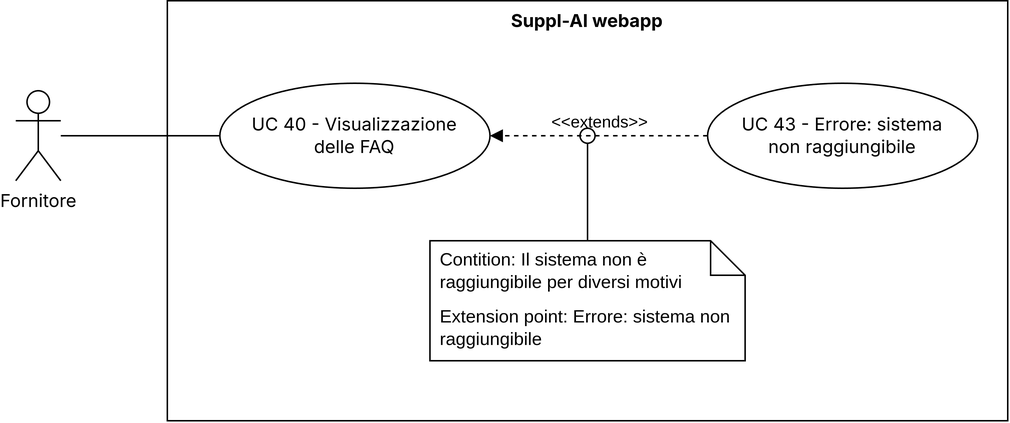
Earlier version of the draw.io export 3 - PB/imgs/uc40.png (CodeHex16/documentazione). Source tidied: cells renumbered, new cells last; positions are measured from the earlier drawing's top-left corner, leaving out a move shared by most shapes.
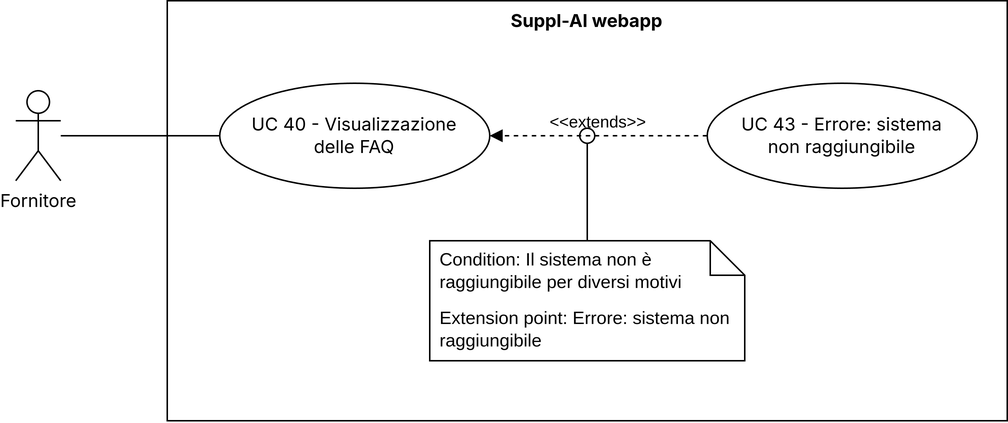
After the commit.

Diff of the diagram source:
```diff
@@ -28,7 +28,7 @@
     <mxCell id="9" value="&lt;br&gt;Extension point: Errore: sistema non raggiungibile" style="shape=note2;boundedLbl=1;whiteSpace=wrap;html=1;size=23;verticalAlign=top;align=left;spacingLeft=5;" parent="1" vertex="1">
       <mxGeometry x="276" y="160" width="210" height="80" as="geometry" />
     </mxCell>
-    <mxCell id="10" value="&lt;span style=&quot;text-align: center;&quot;&gt;Contition: Il sistema non è raggiungibile per diversi motivi&lt;/span&gt;" style="strokeColor=none;fillColor=none;align=left;spacingLeft=5;whiteSpace=wrap;html=1;" parent="9" vertex="1">
+    <mxCell id="10" value="&lt;span style=&quot;text-align: center;&quot;&gt;Condition&lt;/span&gt;&lt;span style=&quot;text-align: center;&quot;&gt;: Il sistema non è raggiungibile per diversi motivi&lt;/span&gt;" style="strokeColor=none;fillColor=none;align=left;spacingLeft=5;whiteSpace=wrap;html=1;" parent="9" vertex="1">
       <mxGeometry width="210" height="40" relative="1" as="geometry" />
     </mxCell>
     <mxCell id="11" style="edgeStyle=orthogonalEdgeStyle;rounded=0;orthogonalLoop=1;jettySize=auto;html=1;exitX=0.5;exitY=1;exitDx=0;exitDy=0;" parent="9" edge="1" source="10" target="10">
```
